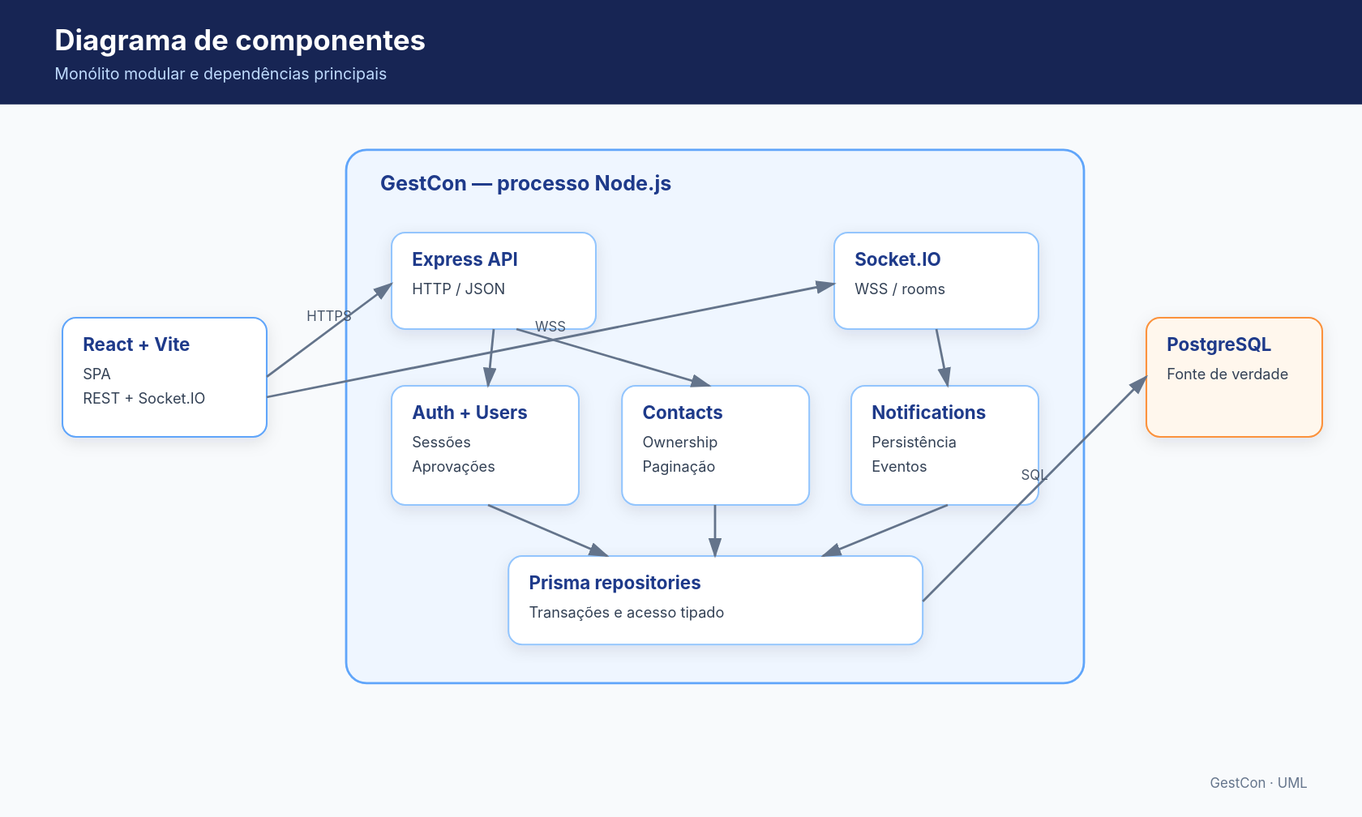
Earlier version of the PlantUML export docs/assets/uml/components.svg (Gui-SBarbosa/Plataforma-Gestao-de-Contatos). Its source is kept beside it as docs/uml/components.puml. Its diagram source:
```plantuml
@startuml
skinparam componentStyle rectangle
actor Usuario
component "React + Vite" as Web
node "GestCon — Express" {
  component "REST API" as API
  component "Socket.IO" as Socket
  component "Auth" as Auth
  component "Users" as Users
  component "Contacts" as Contacts
  component "Notifications" as Notifications
  component "Dashboard" as Dashboard
  component "Audit" as Audit
  component "Prisma repositories" as Repos
}
database PostgreSQL

Usuario --> Web
Web --> API : HTTPS/JSON
Web <--> Socket : WSS
API --> Auth
API --> Users
API --> Contacts
API --> Notifications
API --> Dashboard
Auth --> Repos
Users --> Repos
Contacts --> Repos
Notifications --> Repos
Dashboard --> Repos
Audit --> Repos
Contacts --> Notifications : evento de aplicação
Users --> Socket : pós-commit
Notifications --> Socket : pós-commit
Repos --> PostgreSQL
@enduml
```
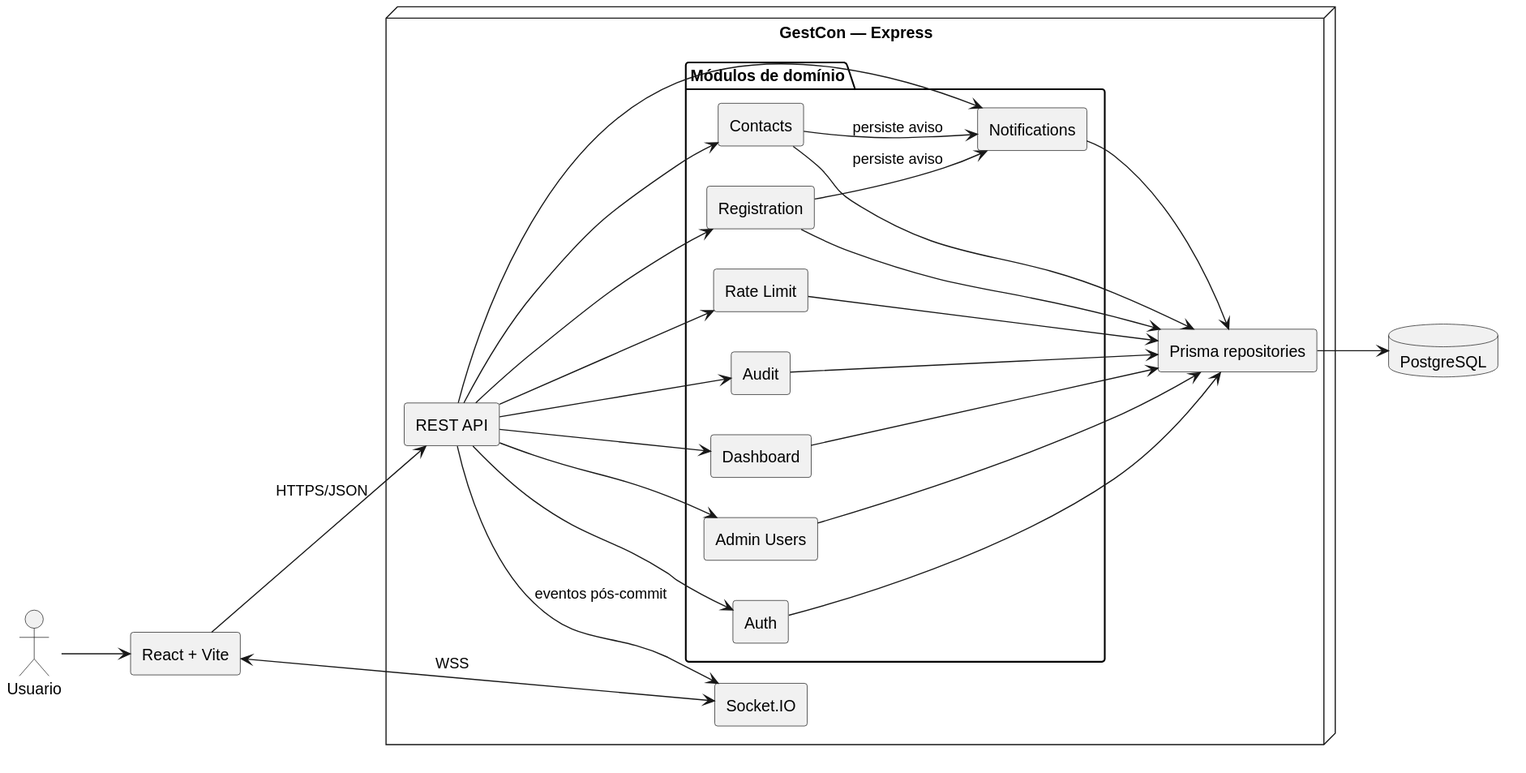
The same diagram one commit later.

What changed in the source:
```diff
@@ -1,16 +1,21 @@
 @startuml
 skinparam componentStyle rectangle
+left to right direction
 actor Usuario
 component "React + Vite" as Web
 node "GestCon — Express" {
   component "REST API" as API
   component "Socket.IO" as Socket
-  component "Auth" as Auth
-  component "Users" as Users
-  component "Contacts" as Contacts
-  component "Notifications" as Notifications
-  component "Dashboard" as Dashboard
-  component "Audit" as Audit
+  package "Módulos de domínio" {
+    component "Auth" as Auth
+    component "Registration" as Registration
+    component "Admin Users" as AdminUsers
+    component "Contacts" as Contacts
+    component "Notifications" as Notifications
+    component "Dashboard" as Dashboard
+    component "Audit" as Audit
+    component "Rate Limit" as RateLimit
+  }
   component "Prisma repositories" as Repos
 }
 database PostgreSQL
@@ -19,18 +24,23 @@
 Web --> API : HTTPS/JSON
 Web <--> Socket : WSS
 API --> Auth
-API --> Users
+API --> Registration
+API --> AdminUsers
 API --> Contacts
 API --> Notifications
 API --> Dashboard
+API --> Audit
+API --> RateLimit
 Auth --> Repos
-Users --> Repos
+Registration --> Repos
+AdminUsers --> Repos
 Contacts --> Repos
 Notifications --> Repos
 Dashboard --> Repos
 Audit --> Repos
-Contacts --> Notifications : evento de aplicação
-Users --> Socket : pós-commit
-Notifications --> Socket : pós-commit
+RateLimit --> Repos
+Registration --> Notifications : persiste aviso
+Contacts --> Notifications : persiste aviso
+API --> Socket : eventos pós-commit
 Repos --> PostgreSQL
 @enduml
```
